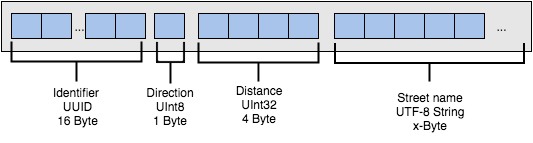
This is assets/BLE-Data.png from luissancar/BLEConnect, a draw.io export, as it was before one commit. Source tidied: cells renumbered, new cells last; positions are measured from the earlier drawing's top-left corner, leaving out a move shared by most shapes. Source of this version:
```xml
<mxGraphModel background="#ffffff">
  <root>
    <mxCell id="0" />
    <mxCell id="1" parent="0" />
    <mxCell id="2" style="whiteSpace=wrap;html=1;fillColor=#E6E6E6;" parent="1" vertex="1">
      <mxGeometry y="43" width="530" height="50" as="geometry" />
    </mxCell>
    <mxCell id="3" style="whiteSpace=wrap;html=1;fillColor=#A9C4EB;" parent="1" vertex="1">
      <mxGeometry x="10" y="55" width="30" height="25" as="geometry" />
    </mxCell>
    <mxCell id="4" style="whiteSpace=wrap;html=1;fillColor=#A9C4EB;" parent="1" vertex="1">
      <mxGeometry x="40" y="55" width="30" height="25" as="geometry" />
    </mxCell>
    <mxCell id="5" style="whiteSpace=wrap;html=1;fillColor=#A9C4EB;" parent="1" vertex="1">
      <mxGeometry x="84" y="55" width="30" height="25" as="geometry" />
    </mxCell>
    <mxCell id="6" style="whiteSpace=wrap;html=1;fillColor=#A9C4EB;" parent="1" vertex="1">
      <mxGeometry x="114" y="55" width="30" height="25" as="geometry" />
    </mxCell>
    <mxCell id="7" style="whiteSpace=wrap;html=1;fillColor=#A9C4EB;" parent="1" vertex="1">
      <mxGeometry x="153" y="55" width="30" height="25" as="geometry" />
    </mxCell>
    <mxCell id="8" style="whiteSpace=wrap;html=1;fillColor=#A9C4EB;" parent="1" vertex="1">
      <mxGeometry x="197" y="55" width="30" height="25" as="geometry" />
    </mxCell>
    <mxCell id="9" style="whiteSpace=wrap;html=1;fillColor=#A9C4EB;" parent="1" vertex="1">
      <mxGeometry x="227" y="55" width="30" height="25" as="geometry" />
    </mxCell>
    <mxCell id="10" style="whiteSpace=wrap;html=1;fillColor=#A9C4EB;" parent="1" vertex="1">
      <mxGeometry x="257" y="55" width="30" height="25" as="geometry" />
    </mxCell>
    <mxCell id="11" style="whiteSpace=wrap;html=1;fillColor=#A9C4EB;" parent="1" vertex="1">
      <mxGeometry x="287" y="55" width="30" height="25" as="geometry" />
    </mxCell>
    <mxCell id="12" style="whiteSpace=wrap;html=1;fillColor=#A9C4EB;" parent="1" vertex="1">
      <mxGeometry x="333" y="55" width="30" height="25" as="geometry" />
    </mxCell>
    <mxCell id="13" style="whiteSpace=wrap;html=1;fillColor=#A9C4EB;" parent="1" vertex="1">
      <mxGeometry x="363" y="55" width="30" height="25" as="geometry" />
    </mxCell>
    <mxCell id="14" style="whiteSpace=wrap;html=1;fillColor=#A9C4EB;" parent="1" vertex="1">
      <mxGeometry x="393" y="55" width="30" height="25" as="geometry" />
    </mxCell>
    <mxCell id="15" style="whiteSpace=wrap;html=1;fillColor=#A9C4EB;" parent="1" vertex="1">
      <mxGeometry x="423" y="55" width="30" height="25" as="geometry" />
    </mxCell>
    <mxCell id="16" style="whiteSpace=wrap;html=1;fillColor=#A9C4EB;" parent="1" vertex="1">
      <mxGeometry x="453" y="55" width="30" height="25" as="geometry" />
    </mxCell>
    <mxCell id="17" value="..." style="text;html=1;strokeColor=none;fillColor=none;align=center;verticalAlign=middle;whiteSpace=wrap;overflow=hidden;" parent="1" vertex="1">
      <mxGeometry x="480" y="58" width="40" height="20" as="geometry" />
    </mxCell>
    <mxCell id="18" style="edgeStyle=none;rounded=0;html=1;exitX=0;exitY=0.5;exitPerimeter=0;jettySize=auto;endArrow=none;endFill=0;strokeWidth=2;entryX=0.5;entryY=0;" parent="1" edge="1" source="19" target="20">
      <mxGeometry relative="1" as="geometry" />
    </mxCell>
    <mxCell id="19" style="strokeWidth=2;html=1;shape=mxgraph.flowchart.annotation_1;align=left;fillColor=#A9C4EB;rotation=-90;" parent="1" vertex="1">
      <mxGeometry x="65" y="28" width="20" height="130" as="geometry" />
    </mxCell>
    <mxCell id="20" value="Identifier&amp;nbsp;&lt;div&gt;UUID&lt;/div&gt;&lt;div&gt;16 Byte&lt;/div&gt;" style="text;html=1;strokeColor=none;fillColor=none;align=center;verticalAlign=middle;whiteSpace=wrap;overflow=hidden;" parent="1" vertex="1">
      <mxGeometry x="40" y="123" width="70" height="50" as="geometry" />
    </mxCell>
    <mxCell id="21" style="edgeStyle=none;rounded=0;html=1;exitX=0;exitY=0.5;exitPerimeter=0;endArrow=none;endFill=0;jettySize=auto;strokeWidth=2;entryX=0.5;entryY=0;" parent="1" edge="1" source="22" target="27">
      <mxGeometry relative="1" as="geometry" />
    </mxCell>
    <mxCell id="22" style="strokeWidth=2;html=1;shape=mxgraph.flowchart.annotation_1;align=left;fillColor=#A9C4EB;rotation=-90;" parent="1" vertex="1">
      <mxGeometry x="159" y="80" width="20" height="27" as="geometry" />
    </mxCell>
    <mxCell id="23" style="edgeStyle=none;rounded=0;html=1;exitX=0;exitY=0.5;exitPerimeter=0;endArrow=none;endFill=0;jettySize=auto;strokeWidth=2;entryX=0.5;entryY=0;" parent="1" edge="1" source="24" target="28">
      <mxGeometry relative="1" as="geometry" />
    </mxCell>
    <mxCell id="24" style="strokeWidth=2;html=1;shape=mxgraph.flowchart.annotation_1;align=left;fillColor=#A9C4EB;rotation=-90;" parent="1" vertex="1">
      <mxGeometry x="247" y="34" width="20" height="120" as="geometry" />
    </mxCell>
    <mxCell id="25" style="edgeStyle=none;rounded=0;html=1;endArrow=none;endFill=0;jettySize=auto;strokeWidth=2;entryX=0.5;entryY=0;exitX=0;exitY=0.5;exitPerimeter=0;" parent="1" edge="1" source="26" target="29">
      <mxGeometry relative="1" as="geometry" />
    </mxCell>
    <mxCell id="26" style="strokeWidth=2;html=1;shape=mxgraph.flowchart.annotation_1;align=left;fillColor=#A9C4EB;rotation=-90;" parent="1" vertex="1">
      <mxGeometry x="418" width="20" height="189" as="geometry" />
    </mxCell>
    <mxCell id="27" value="Direction&lt;div&gt;UInt8&lt;/div&gt;&lt;div&gt;1 Byte&lt;/div&gt;" style="text;html=1;strokeColor=none;fillColor=none;align=center;verticalAlign=middle;whiteSpace=wrap;overflow=hidden;" parent="1" vertex="1">
      <mxGeometry x="136" y="125" width="65" height="45" as="geometry" />
    </mxCell>
    <mxCell id="28" value="Distance&lt;div&gt;UInt32&lt;/div&gt;&lt;div&gt;4 Byte&lt;/div&gt;" style="text;html=1;strokeColor=none;fillColor=none;align=center;verticalAlign=middle;whiteSpace=wrap;overflow=hidden;" parent="1" vertex="1">
      <mxGeometry x="224" y="123" width="65" height="45" as="geometry" />
    </mxCell>
    <mxCell id="29" value="Street name&lt;div&gt;UTF-8 String&lt;/div&gt;&lt;div&gt;x-Byte&lt;/div&gt;" style="text;html=1;strokeColor=none;fillColor=none;align=center;verticalAlign=middle;whiteSpace=wrap;overflow=hidden;" parent="1" vertex="1">
      <mxGeometry x="384" y="123" width="87" height="60" as="geometry" />
    </mxCell>
    <mxCell id="30" value="..." style="text;html=1;strokeColor=none;fillColor=none;align=center;verticalAlign=middle;whiteSpace=wrap;overflow=hidden;" parent="1" vertex="1">
      <mxGeometry x="58" y="58" width="40" height="20" as="geometry" />
    </mxCell>
  </root>
</mxGraphModel>
```
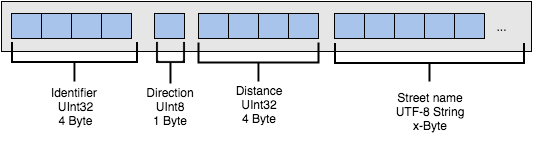
The same file after the commit.

Commit message:
Update documentation of data object

Change to the diagram source:
```diff
@@ -12,10 +12,10 @@
       <mxGeometry x="40" y="55" width="30" height="25" as="geometry" />
     </mxCell>
     <mxCell id="5" style="whiteSpace=wrap;html=1;fillColor=#A9C4EB;" parent="1" vertex="1">
-      <mxGeometry x="84" y="55" width="30" height="25" as="geometry" />
+      <mxGeometry x="70" y="55" width="30" height="25" as="geometry" />
     </mxCell>
     <mxCell id="6" style="whiteSpace=wrap;html=1;fillColor=#A9C4EB;" parent="1" vertex="1">
-      <mxGeometry x="114" y="55" width="30" height="25" as="geometry" />
+      <mxGeometry x="100" y="55" width="30" height="25" as="geometry" />
     </mxCell>
     <mxCell id="7" style="whiteSpace=wrap;html=1;fillColor=#A9C4EB;" parent="1" vertex="1">
       <mxGeometry x="153" y="55" width="30" height="25" as="geometry" />
@@ -54,10 +54,10 @@
       <mxGeometry relative="1" as="geometry" />
     </mxCell>
     <mxCell id="19" style="strokeWidth=2;html=1;shape=mxgraph.flowchart.annotation_1;align=left;fillColor=#A9C4EB;rotation=-90;" parent="1" vertex="1">
-      <mxGeometry x="65" y="28" width="20" height="130" as="geometry" />
+      <mxGeometry x="63" y="31" width="20" height="125" as="geometry" />
     </mxCell>
-    <mxCell id="20" value="Identifier&amp;nbsp;&lt;div&gt;UUID&lt;/div&gt;&lt;div&gt;16 Byte&lt;/div&gt;" style="text;html=1;strokeColor=none;fillColor=none;align=center;verticalAlign=middle;whiteSpace=wrap;overflow=hidden;" parent="1" vertex="1">
-      <mxGeometry x="40" y="123" width="70" height="50" as="geometry" />
+    <mxCell id="20" value="Identifier&amp;nbsp;&lt;div&gt;UInt32&lt;/div&gt;&lt;div&gt;4&lt;span style=&quot;line-height: 1.2&quot;&gt;&amp;nbsp;Byte&lt;/span&gt;&lt;/div&gt;" style="text;html=1;strokeColor=none;fillColor=none;align=center;verticalAlign=middle;whiteSpace=wrap;overflow=hidden;" parent="1" vertex="1">
+      <mxGeometry x="38" y="123" width="70" height="50" as="geometry" />
     </mxCell>
     <mxCell id="21" style="edgeStyle=none;rounded=0;html=1;exitX=0;exitY=0.5;exitPerimeter=0;endArrow=none;endFill=0;jettySize=auto;strokeWidth=2;entryX=0.5;entryY=0;" parent="1" edge="1" source="22" target="27">
       <mxGeometry relative="1" as="geometry" />
@@ -86,8 +86,5 @@
     <mxCell id="29" value="Street name&lt;div&gt;UTF-8 String&lt;/div&gt;&lt;div&gt;x-Byte&lt;/div&gt;" style="text;html=1;strokeColor=none;fillColor=none;align=center;verticalAlign=middle;whiteSpace=wrap;overflow=hidden;" parent="1" vertex="1">
       <mxGeometry x="384" y="123" width="87" height="60" as="geometry" />
     </mxCell>
-    <mxCell id="30" value="..." style="text;html=1;strokeColor=none;fillColor=none;align=center;verticalAlign=middle;whiteSpace=wrap;overflow=hidden;" parent="1" vertex="1">
-      <mxGeometry x="58" y="58" width="40" height="20" as="geometry" />
-    </mxCell>
   </root>
 </mxGraphModel>
```
